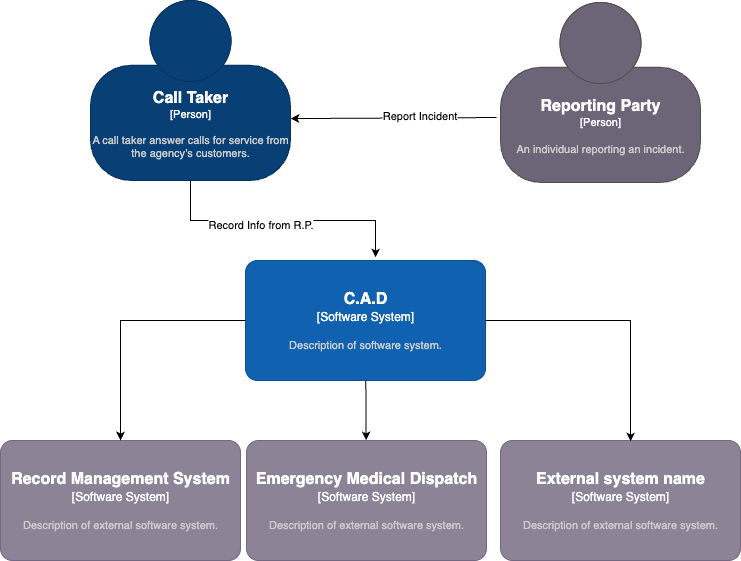
aedenj/cad-system-design keeps this draw.io diagram as cad-system-context.drawio.png. Above is the earlier version. Source tidied: cells renumbered, new cells last; positions are measured from the earlier drawing's top-left corner, leaving out a move shared by most shapes.
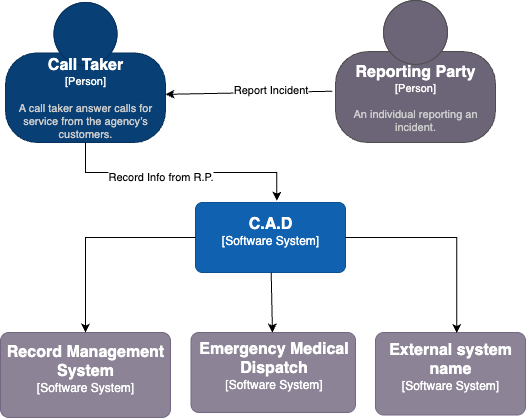
The same file after the commit.

The edit, as a diff of the source:
```diff
@@ -4,12 +4,12 @@
     <mxCell id="1" parent="0" />
     <object id="2" label="&lt;font style=&quot;font-size: 16px&quot;&gt;&lt;b&gt;%c4Name%&lt;/b&gt;&lt;/font&gt;&lt;div&gt;[%c4Type%]&lt;/div&gt;&lt;br&gt;&lt;div&gt;&lt;font style=&quot;font-size: 11px&quot;&gt;&lt;font color=&quot;#cccccc&quot;&gt;%c4Description%&lt;/font&gt;&lt;/div&gt;" c4Description="A call taker answer calls for service from the agency’s customers." c4Name="Call Taker" c4Type="Person" placeholders="1">
       <mxCell style="html=1;fontSize=11;dashed=0;whiteSpace=wrap;fillColor=#083F75;strokeColor=#06315C;fontColor=#ffffff;shape=mxgraph.c4.person2;align=center;points=[[0.5,0,0],[1,0.5,0],[1,0.75,0],[0.75,1,0],[0.5,1,0],[0.25,1,0],[0,0.75,0],[0,0.5,0]];" parent="1" vertex="1">
-        <mxGeometry x="90" width="200" height="180" as="geometry" />
+        <mxGeometry x="130" y="40" width="160" height="140" as="geometry" />
       </mxCell>
     </object>
-    <object id="3" label="&lt;font style=&quot;font-size: 16px&quot;&gt;&lt;b&gt;%c4Name%&lt;/b&gt;&lt;/font&gt;&lt;div&gt;[%c4Type%]&lt;/div&gt;&lt;br&gt;&lt;div&gt;&lt;font style=&quot;font-size: 11px&quot;&gt;&lt;font color=&quot;#cccccc&quot;&gt;%c4Description%&lt;/font&gt;&lt;/div&gt;" c4Description="Description of software system." c4Name="C.A.D" c4Type="Software System" placeholders="1">
+    <object id="3" label="&lt;font style=&quot;font-size: 16px&quot;&gt;&lt;b&gt;%c4Name%&lt;/b&gt;&lt;/font&gt;&lt;div&gt;[%c4Type%]&lt;/div&gt;&lt;br&gt;&lt;div&gt;&lt;font style=&quot;font-size: 11px&quot;&gt;&lt;font color=&quot;#cccccc&quot;&gt;%c4Description%&lt;/font&gt;&lt;/div&gt;" c4Description="" c4Name="C.A.D" c4Type="Software System" placeholders="1">
       <mxCell style="rounded=1;whiteSpace=wrap;html=1;labelBackgroundColor=none;fillColor=#1061B0;fontColor=#ffffff;align=center;arcSize=10;strokeColor=#0D5091;points=[[0.25,0,0],[0.5,0,0],[0.75,0,0],[1,0.25,0],[1,0.5,0],[1,0.75,0],[0.75,1,0],[0.5,1,0],[0.25,1,0],[0,0.75,0],[0,0.5,0],[0,0.25,0]];" parent="1" vertex="1">
-        <mxGeometry x="245" y="260" width="240" height="120" as="geometry" />
+        <mxGeometry x="320" y="240" width="150" height="70" as="geometry" />
       </mxCell>
     </object>
     <mxCell id="4" style="rounded=0;jettySize=auto;html=1;exitX=0.5;exitY=1;exitDx=0;exitDy=0;exitPerimeter=0;entryX=0.542;entryY=-0.025;entryDx=0;entryDy=0;entryPerimeter=0;edgeStyle=orthogonalEdgeStyle;" parent="1" edge="1" source="2" target="3">
@@ -28,28 +28,28 @@
     </mxCell>
     <object id="8" label="&lt;font style=&quot;font-size: 16px&quot;&gt;&lt;b&gt;%c4Name%&lt;/b&gt;&lt;/font&gt;&lt;div&gt;[%c4Type%]&lt;/div&gt;&lt;br&gt;&lt;div&gt;&lt;font style=&quot;font-size: 11px&quot;&gt;&lt;font color=&quot;#cccccc&quot;&gt;%c4Description%&lt;/font&gt;&lt;/div&gt;" c4Description="An individual reporting an incident. " c4Name="Reporting Party" c4Type="Person" placeholders="1">
       <mxCell style="html=1;fontSize=11;dashed=0;whiteSpace=wrap;fillColor=#6C6477;strokeColor=#4D4D4D;fontColor=#ffffff;shape=mxgraph.c4.person2;align=center;points=[[0.5,0,0],[1,0.5,0],[1,0.75,0],[0.75,1,0],[0.5,1,0],[0.25,1,0],[0,0.75,0],[0,0.5,0]];" parent="1" vertex="1">
-        <mxGeometry x="500" y="2" width="200" height="180" as="geometry" />
+        <mxGeometry x="460" y="38" width="160" height="142" as="geometry" />
       </mxCell>
     </object>
-    <object id="9" label="&lt;font style=&quot;font-size: 16px&quot;&gt;&lt;b&gt;%c4Name%&lt;/b&gt;&lt;/font&gt;&lt;div&gt;[%c4Type%]&lt;/div&gt;&lt;br&gt;&lt;div&gt;&lt;font style=&quot;font-size: 11px&quot;&gt;&lt;font color=&quot;#cccccc&quot;&gt;%c4Description%&lt;/font&gt;&lt;/div&gt;" c4Description="Description of external software system." c4Name="Record Management System" c4Type="Software System" placeholders="1">
+    <object id="9" label="&lt;font style=&quot;font-size: 16px&quot;&gt;&lt;b&gt;%c4Name%&lt;/b&gt;&lt;/font&gt;&lt;div&gt;[%c4Type%]&lt;/div&gt;&lt;br&gt;&lt;div&gt;&lt;font style=&quot;font-size: 11px&quot;&gt;&lt;font color=&quot;#cccccc&quot;&gt;%c4Description%&lt;/font&gt;&lt;/div&gt;" c4Description="" c4Name="Record Management System" c4Type="Software System" placeholders="1">
       <mxCell style="rounded=1;whiteSpace=wrap;html=1;labelBackgroundColor=none;fillColor=#8C8496;fontColor=#ffffff;align=center;arcSize=10;strokeColor=#736782;points=[[0.25,0,0],[0.5,0,0],[0.75,0,0],[1,0.25,0],[1,0.5,0],[1,0.75,0],[0.75,1,0],[0.5,1,0],[0.25,1,0],[0,0.75,0],[0,0.5,0],[0,0.25,0]];" parent="1" vertex="1">
-        <mxGeometry y="440" width="240" height="120" as="geometry" />
+        <mxGeometry x="125" y="370" width="170" height="85" as="geometry" />
       </mxCell>
     </object>
     <mxCell id="10" style="edgeStyle=orthogonalEdgeStyle;rounded=0;jettySize=auto;html=1;exitX=0;exitY=0.5;exitDx=0;exitDy=0;exitPerimeter=0;" parent="1" edge="1" source="3" target="9">
       <mxGeometry relative="1" as="geometry" />
     </mxCell>
-    <object id="11" label="&lt;font style=&quot;font-size: 16px&quot;&gt;&lt;b&gt;%c4Name%&lt;/b&gt;&lt;/font&gt;&lt;div&gt;[%c4Type%]&lt;/div&gt;&lt;br&gt;&lt;div&gt;&lt;font style=&quot;font-size: 11px&quot;&gt;&lt;font color=&quot;#cccccc&quot;&gt;%c4Description%&lt;/font&gt;&lt;/div&gt;" c4Description="Description of external software system." c4Name="Emergency Medical Dispatch" c4Type="Software System" placeholders="1">
+    <object id="11" label="&lt;font style=&quot;font-size: 16px&quot;&gt;&lt;b&gt;%c4Name%&lt;/b&gt;&lt;/font&gt;&lt;div&gt;[%c4Type%]&lt;/div&gt;&lt;br&gt;&lt;div&gt;&lt;font style=&quot;font-size: 11px&quot;&gt;&lt;font color=&quot;#cccccc&quot;&gt;%c4Description%&lt;/font&gt;&lt;/div&gt;" c4Description="" c4Name="Emergency Medical Dispatch" c4Type="Software System" placeholders="1">
       <mxCell style="rounded=1;whiteSpace=wrap;html=1;labelBackgroundColor=none;fillColor=#8C8496;fontColor=#ffffff;align=center;arcSize=10;strokeColor=#736782;points=[[0.25,0,0],[0.5,0,0],[0.75,0,0],[1,0.25,0],[1,0.5,0],[1,0.75,0],[0.75,1,0],[0.5,1,0],[0.25,1,0],[0,0.75,0],[0,0.5,0],[0,0.25,0]];" parent="1" vertex="1">
-        <mxGeometry x="246" y="440" width="240" height="120" as="geometry" />
+        <mxGeometry x="315.5" y="370" width="164.5" height="80" as="geometry" />
       </mxCell>
     </object>
     <mxCell id="12" style="rounded=0;jettySize=auto;html=1;" parent="1" edge="1" source="3" target="11">
       <mxGeometry relative="1" as="geometry" />
     </mxCell>
-    <object id="13" label="&lt;font style=&quot;font-size: 16px&quot;&gt;&lt;b&gt;%c4Name%&lt;/b&gt;&lt;/font&gt;&lt;div&gt;[%c4Type%]&lt;/div&gt;&lt;br&gt;&lt;div&gt;&lt;font style=&quot;font-size: 11px&quot;&gt;&lt;font color=&quot;#cccccc&quot;&gt;%c4Description%&lt;/font&gt;&lt;/div&gt;" c4Description="Description of external software system." c4Name="External system name" c4Type="Software System" placeholders="1">
+    <object id="13" label="&lt;font style=&quot;font-size: 16px&quot;&gt;&lt;b&gt;%c4Name%&lt;/b&gt;&lt;/font&gt;&lt;div&gt;[%c4Type%]&lt;/div&gt;&lt;br&gt;&lt;div&gt;&lt;font style=&quot;font-size: 11px&quot;&gt;&lt;font color=&quot;#cccccc&quot;&gt;%c4Description%&lt;/font&gt;&lt;/div&gt;" c4Description="" c4Name="External system name" c4Type="Software System" placeholders="1">
       <mxCell style="rounded=1;whiteSpace=wrap;html=1;labelBackgroundColor=none;fillColor=#8C8496;fontColor=#ffffff;align=center;arcSize=10;strokeColor=#736782;points=[[0.25,0,0],[0.5,0,0],[0.75,0,0],[1,0.25,0],[1,0.5,0],[1,0.75,0],[0.75,1,0],[0.5,1,0],[0.25,1,0],[0,0.75,0],[0,0.5,0],[0,0.25,0]];" parent="1" vertex="1">
-        <mxGeometry x="500" y="440" width="240" height="120" as="geometry" />
+        <mxGeometry x="500" y="370" width="150" height="82.5" as="geometry" />
       </mxCell>
     </object>
     <mxCell id="14" style="edgeStyle=orthogonalEdgeStyle;rounded=0;jettySize=auto;html=1;exitX=1;exitY=0.5;exitDx=0;exitDy=0;exitPerimeter=0;entryX=0.542;entryY=0.008;entryDx=0;entryDy=0;entryPerimeter=0;" parent="1" edge="1" source="3" target="13">
```
